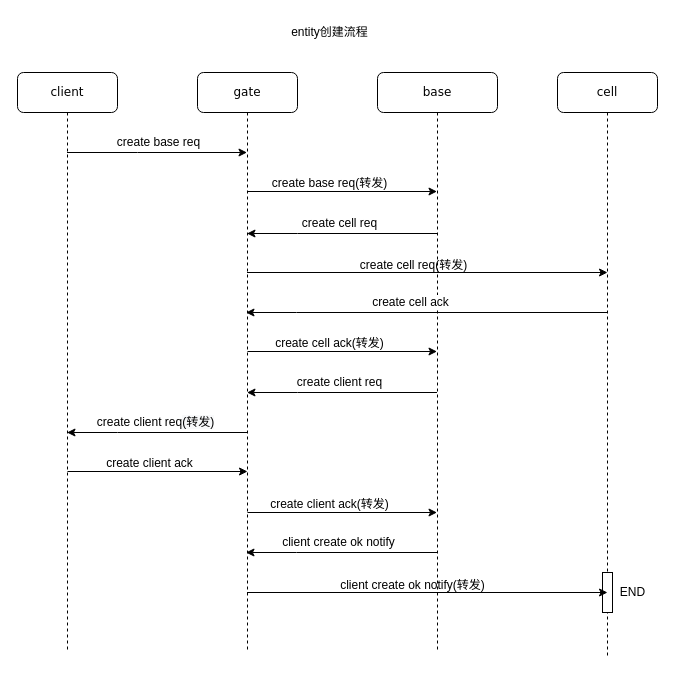
This is doc/流程图/entity创建流程.drawio from 610789338/yjengine, a draw.io file, before an edit. Source tidied: cells renumbered, new cells numbered last; positions are measured from the earlier drawing's top-left corner, leaving out a move shared by most shapes. Both pictures are drawn from the tidied source at 100%, with x=0, y=0 at pixel (17, 17).
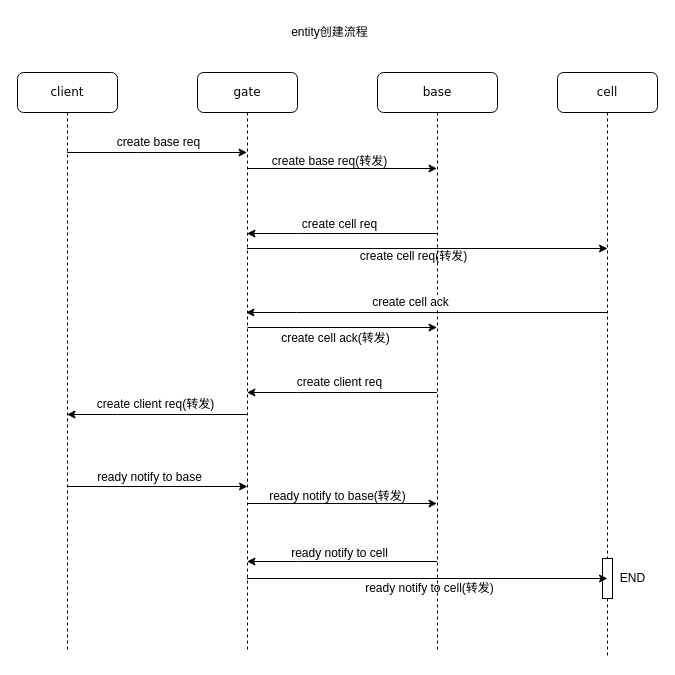
After the change.

Unchanged cells that the change refers to:
```xml
<mxCell id="2" value="gate" style="shape=umlLifeline;perimeter=lifelinePerimeter;whiteSpace=wrap;html=1;outlineConnect=0;rounded=1;shadow=0;comic=0;labelBackgroundColor=none;strokeWidth=1;fontFamily=Verdana;fontSize=12;align=center;" parent="1" vertex="1">
  <mxGeometry x="180" y="55" width="100" height="580" as="geometry" />
</mxCell>
<mxCell id="3" value="base" style="shape=umlLifeline;perimeter=lifelinePerimeter;whiteSpace=wrap;html=1;outlineConnect=0;rounded=1;shadow=0;comic=0;labelBackgroundColor=none;strokeWidth=1;fontFamily=Verdana;fontSize=12;align=center;" parent="1" vertex="1">
  <mxGeometry x="360" y="55" width="120" height="580" as="geometry" />
</mxCell>
<mxCell id="7" value="cell" style="shape=umlLifeline;perimeter=lifelinePerimeter;whiteSpace=wrap;html=1;outlineConnect=0;rounded=1;shadow=0;comic=0;labelBackgroundColor=none;strokeWidth=1;fontFamily=Verdana;fontSize=12;align=center;" parent="1" vertex="1">
  <mxGeometry x="540" y="55" width="100" height="585" as="geometry" />
</mxCell>
<mxCell id="13" style="endArrow=classic;html=1;rounded=0;fontSize=12;" parent="1" edge="1" source="3">
  <mxGeometry relative="1" as="geometry">
    <mxPoint x="229.5" y="216" as="targetPoint" />
    <Array as="points">
      <mxPoint x="280" y="216" />
    </Array>
  </mxGeometry>
</mxCell>
```

What changed in the source:
```diff
@@
-    <mxCell id="4" style="endArrow=classic;html=1;rounded=0;" parent="3" edge="1" target="3">
+    <mxCell id="4" style="endArrow=classic;html=1;rounded=0;" parent="3" edge="1">
       <mxGeometry x="0.01" y="10" relative="1" as="geometry">
-        <mxPoint x="-130" y="119" as="sourcePoint" />
+        <mxPoint x="-130" y="96" as="sourcePoint" />
+        <mxPoint x="59.5" y="96" as="targetPoint" />
         <Array as="points">
-          <mxPoint x="-59.5" y="119" />
+          <mxPoint x="-59.5" y="96" />
         </Array>
       </mxGeometry>
     </mxCell>
     <mxCell id="5" style="endArrow=classic;html=1;rounded=0;" parent="3" edge="1">
       <mxGeometry x="0.01" y="10" relative="1" as="geometry">
-        <mxPoint x="-130.5" y="200" as="sourcePoint" />
-        <mxPoint x="230" y="200" as="targetPoint" />
+        <mxPoint x="-130.5" y="176" as="sourcePoint" />
+        <mxPoint x="230" y="176" as="targetPoint" />
         <Array as="points">
-          <mxPoint x="120.5" y="200" />
+          <mxPoint x="120.5" y="176" />
         </Array>
       </mxGeometry>
     </mxCell>
-    <mxCell id="6" value="client create ok notify(转发)" style="text;html=1;align=center;verticalAlign=middle;strokeColor=none;fillColor=none;" parent="3" vertex="1">
-      <mxGeometry x="-50" y="498" width="170" height="30" as="geometry" />
-    </mxCell>
@@
     <mxCell id="8" value="&amp;nbsp; &amp;nbsp; &amp;nbsp; &amp;nbsp; &amp;nbsp; &amp;nbsp; &amp;nbsp; &amp;nbsp;END" style="html=1;perimeter=orthogonalPerimeter;" parent="7" vertex="1">
-      <mxGeometry x="45" y="500" width="10" height="40" as="geometry" />
+      <mxGeometry x="45" y="486" width="10" height="40" as="geometry" />
     </mxCell>
@@
     <mxCell id="11" value="create base req(转发)" style="text;html=1;align=center;verticalAlign=middle;strokeColor=none;fillColor=none;" parent="1" vertex="1">
-      <mxGeometry x="242" y="151" width="140" height="30" as="geometry" />
+      <mxGeometry x="242" y="129" width="140" height="30" as="geometry" />
     </mxCell>
     <mxCell id="12" value="create cell req(转发)" style="text;html=1;align=center;verticalAlign=middle;strokeColor=none;fillColor=none;" parent="1" vertex="1">
-      <mxGeometry x="331" y="233" width="130" height="30" as="geometry" />
+      <mxGeometry x="331" y="224" width="130" height="30" as="geometry" />
     </mxCell>
@@
     <mxCell id="14" value="create cell req" style="edgeLabel;html=1;align=center;verticalAlign=middle;fontSize=12;" parent="13" vertex="1">
       <mxGeometry x="0.16" y="-1" relative="1" as="geometry">
-        <mxPoint x="12" y="-10" as="offset" />
+        <mxPoint x="12" y="-9" as="offset" />
       </mxGeometry>
     </mxCell>
@@
-    <mxCell id="17" style="endArrow=classic;html=1;rounded=0;" parent="1" edge="1" target="3">
+    <mxCell id="17" style="endArrow=classic;html=1;rounded=0;" parent="1" edge="1">
       <mxGeometry x="0.01" y="10" relative="1" as="geometry">
-        <mxPoint x="230" y="334" as="sourcePoint" />
+        <mxPoint x="230" y="310" as="sourcePoint" />
+        <mxPoint x="419.5" y="310" as="targetPoint" />
         <Array as="points">
-          <mxPoint x="300.5" y="334" />
+          <mxPoint x="300.5" y="310" />
         </Array>
       </mxGeometry>
     </mxCell>
     <mxCell id="18" value="create cell ack(转发)" style="text;html=1;align=center;verticalAlign=middle;strokeColor=none;fillColor=none;" parent="1" vertex="1">
-      <mxGeometry x="247" y="311" width="130" height="30" as="geometry" />
+      <mxGeometry x="253" y="306" width="130" height="30" as="geometry" />
     </mxCell>
@@
     <mxCell id="21" style="endArrow=classic;html=1;rounded=0;fontSize=12;" parent="1" edge="1">
       <mxGeometry relative="1" as="geometry">
-        <mxPoint x="229.5" y="415" as="sourcePoint" />
-        <mxPoint x="49.5" y="415" as="targetPoint" />
+        <mxPoint x="229.5" y="397" as="sourcePoint" />
+        <mxPoint x="49.5" y="397" as="targetPoint" />
         <Array as="points">
-          <mxPoint x="100" y="415" />
+          <mxPoint x="100" y="397" />
         </Array>
       </mxGeometry>
     </mxCell>
@@
     <mxCell id="23" style="endArrow=classic;html=1;rounded=0;" parent="1" edge="1">
       <mxGeometry x="0.01" y="10" relative="1" as="geometry">
-        <mxPoint x="50" y="454" as="sourcePoint" />
-        <mxPoint x="230" y="454" as="targetPoint" />
+        <mxPoint x="50" y="469" as="sourcePoint" />
+        <mxPoint x="230" y="469" as="targetPoint" />
         <Array as="points">
-          <mxPoint x="120.5" y="454" />
+          <mxPoint x="120.5" y="469" />
         </Array>
       </mxGeometry>
     </mxCell>
-    <mxCell id="24" value="create client ack" style="text;html=1;align=center;verticalAlign=middle;strokeColor=none;fillColor=none;" parent="1" vertex="1">
-      <mxGeometry x="77" y="431" width="110" height="30" as="geometry" />
+    <mxCell id="24" value="ready notify to base" style="text;html=1;align=center;verticalAlign=middle;strokeColor=none;fillColor=none;" parent="1" vertex="1">
+      <mxGeometry x="67" y="445" width="130" height="30" as="geometry" />
     </mxCell>
-    <mxCell id="25" style="endArrow=classic;html=1;rounded=0;" parent="1" edge="1" target="3">
+    <mxCell id="25" style="endArrow=classic;html=1;rounded=0;" parent="1" edge="1">
       <mxGeometry x="0.01" y="10" relative="1" as="geometry">
-        <mxPoint x="230" y="495" as="sourcePoint" />
+        <mxPoint x="230" y="486" as="sourcePoint" />
+        <mxPoint x="419.5" y="486" as="targetPoint" />
         <Array as="points">
-          <mxPoint x="300.5" y="495" />
+          <mxPoint x="300.5" y="486" />
         </Array>
       </mxGeometry>
     </mxCell>
-    <mxCell id="26" value="create client ack(转发)" style="text;html=1;align=center;verticalAlign=middle;strokeColor=none;fillColor=none;" parent="1" vertex="1">
-      <mxGeometry x="242" y="472" width="140" height="30" as="geometry" />
+    <mxCell id="26" value="ready notify to base(转发)" style="text;html=1;align=center;verticalAlign=middle;strokeColor=none;fillColor=none;" parent="1" vertex="1">
+      <mxGeometry x="240" y="464" width="160" height="30" as="geometry" />
     </mxCell>
-    <mxCell id="27" style="endArrow=classic;html=1;rounded=0;" parent="1" edge="1" source="2">
+    <mxCell id="27" style="endArrow=classic;html=1;rounded=0;" parent="1" edge="1">
       <mxGeometry x="0.01" y="10" relative="1" as="geometry">
-        <mxPoint x="590" y="575" as="targetPoint" />
+        <mxPoint x="229.5" y="561" as="sourcePoint" />
+        <mxPoint x="590" y="561" as="targetPoint" />
         <Array as="points">
-          <mxPoint x="480.5" y="575" />
+          <mxPoint x="480.5" y="561" />
         </Array>
       </mxGeometry>
     </mxCell>
-    <mxCell id="28" style="endArrow=classic;html=1;rounded=0;fontSize=12;" parent="1" edge="1" source="3">
-      <mxGeometry relative="1" as="geometry">
-        <mxPoint x="228.5" y="535" as="targetPoint" />
-        <Array as="points">
-          <mxPoint x="279" y="535" />
-        </Array>
-      </mxGeometry>
-    </mxCell>
-    <mxCell id="29" value="client create ok notify" style="edgeLabel;html=1;align=center;verticalAlign=middle;fontSize=12;" parent="28" vertex="1">
-      <mxGeometry x="0.16" y="-1" relative="1" as="geometry">
-        <mxPoint x="12" y="-10" as="offset" />
-      </mxGeometry>
-    </mxCell>
@@
+    <mxCell id="31" value="ready notify to cell(转发)" style="text;html=1;align=center;verticalAlign=middle;strokeColor=none;fillColor=none;" parent="1" vertex="1">
+      <mxGeometry x="337" y="556" width="150" height="30" as="geometry" />
+    </mxCell>
+    <mxCell id="32" style="endArrow=classic;html=1;rounded=0;fontSize=12;" parent="1" edge="1">
+      <mxGeometry relative="1" as="geometry">
+        <mxPoint x="419.5" y="544" as="sourcePoint" />
+        <mxPoint x="229.5" y="544" as="targetPoint" />
+        <Array as="points">
+          <mxPoint x="280" y="544" />
+        </Array>
+      </mxGeometry>
+    </mxCell>
+    <mxCell id="33" value="&lt;span style=&quot;background-color: rgb(248, 249, 250);&quot;&gt;ready notify to cell&lt;/span&gt;" style="edgeLabel;html=1;align=center;verticalAlign=middle;fontSize=12;" parent="32" vertex="1">
+      <mxGeometry x="0.16" y="-1" relative="1" as="geometry">
+        <mxPoint x="12" y="-8" as="offset" />
+      </mxGeometry>
+    </mxCell>
```
